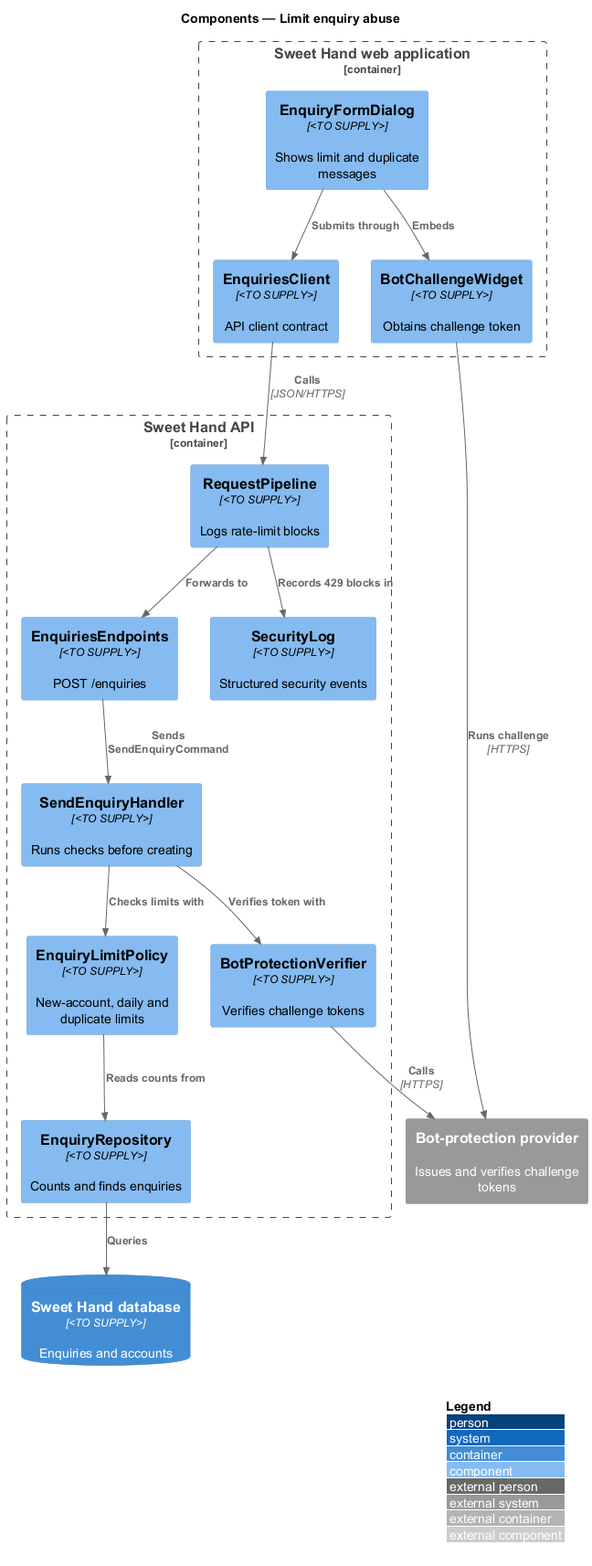
Above: docs/detailed-designs/enquiries/limit-enquiry-abuse/diagrams/c4-component.png in QuinntyneBrown/sweet-hand (PlantUML), before the change.
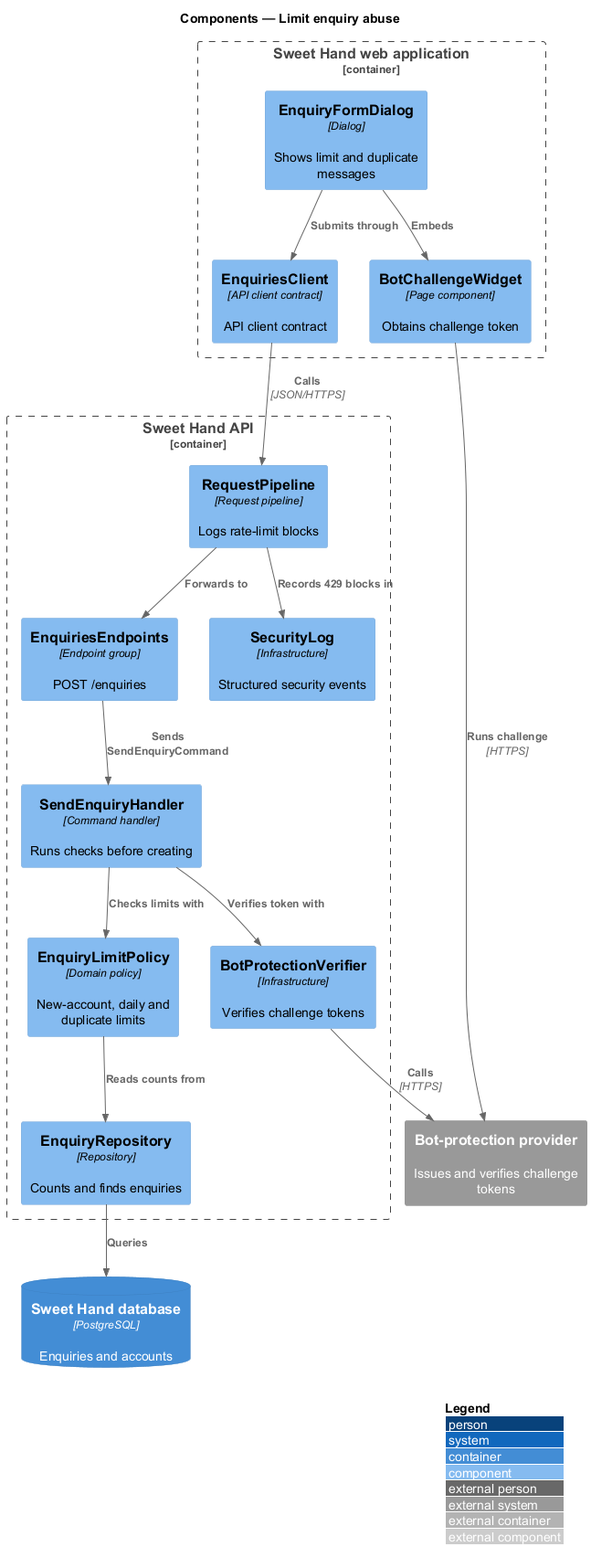
Later version of the same file.

Change to the diagram source:
```diff
@@ -4,20 +4,20 @@
 title Components — Limit enquiry abuse
 
 Container_Boundary(web, "Sweet Hand web application") {
-  Component(dialog, "EnquiryFormDialog", "<TO SUPPLY>", "Shows limit and duplicate messages")
-  Component(widget, "BotChallengeWidget", "<TO SUPPLY>", "Obtains challenge token")
-  Component(client, "EnquiriesClient", "<TO SUPPLY>", "API client contract")
+  Component(dialog, "EnquiryFormDialog", "Dialog", "Shows limit and duplicate messages")
+  Component(widget, "BotChallengeWidget", "Page component", "Obtains challenge token")
+  Component(client, "EnquiriesClient", "API client contract", "API client contract")
 }
 Container_Boundary(api, "Sweet Hand API") {
-  Component(pipe, "RequestPipeline", "<TO SUPPLY>", "Logs rate-limit blocks")
-  Component(ep, "EnquiriesEndpoints", "<TO SUPPLY>", "POST /enquiries")
-  Component(handler, "SendEnquiryHandler", "<TO SUPPLY>", "Runs checks before creating")
-  Component(policy, "EnquiryLimitPolicy", "<TO SUPPLY>", "New-account, daily and duplicate limits")
-  Component(verifier, "BotProtectionVerifier", "<TO SUPPLY>", "Verifies challenge tokens")
-  Component(repo, "EnquiryRepository", "<TO SUPPLY>", "Counts and finds enquiries")
-  Component(seclog, "SecurityLog", "<TO SUPPLY>", "Structured security events")
+  Component(pipe, "RequestPipeline", "Request pipeline", "Logs rate-limit blocks")
+  Component(ep, "EnquiriesEndpoints", "Endpoint group", "POST /enquiries")
+  Component(handler, "SendEnquiryHandler", "Command handler", "Runs checks before creating")
+  Component(policy, "EnquiryLimitPolicy", "Domain policy", "New-account, daily and duplicate limits")
+  Component(verifier, "BotProtectionVerifier", "Infrastructure", "Verifies challenge tokens")
+  Component(repo, "EnquiryRepository", "Repository", "Counts and finds enquiries")
+  Component(seclog, "SecurityLog", "Infrastructure", "Structured security events")
 }
-ContainerDb(db, "Sweet Hand database", "<TO SUPPLY>", "Enquiries and accounts")
+ContainerDb(db, "Sweet Hand database", "PostgreSQL", "Enquiries and accounts")
 System_Ext(bot, "Bot-protection provider", "Issues and verifies challenge tokens")
 
 Rel(dialog, widget, "Embeds")
```
